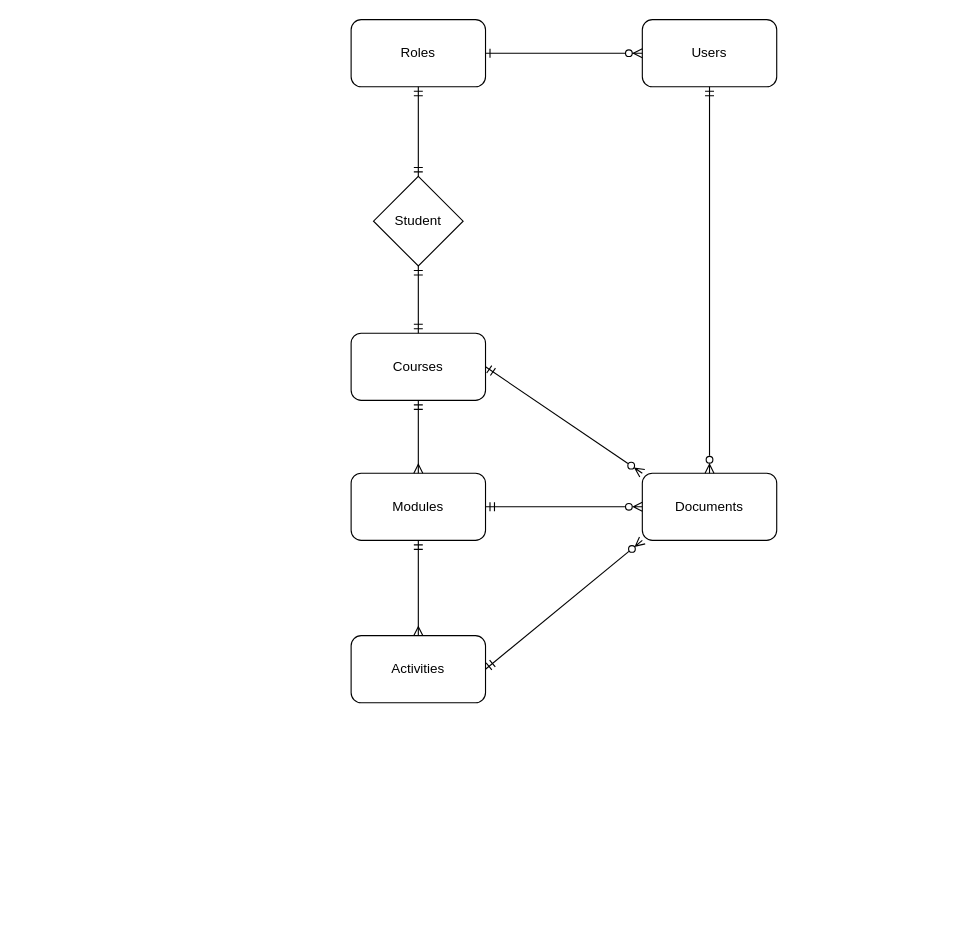
Earlier version of the draw.io diagram LMS.drawio (filipjohnsson1989/LMS). Source tidied: cells renumbered, new cells numbered last; positions are measured from the earlier drawing's top-left corner, leaving out a move shared by most shapes. Both pictures are drawn from the tidied source at 112%, with x=0, y=0 at pixel (351, 19).
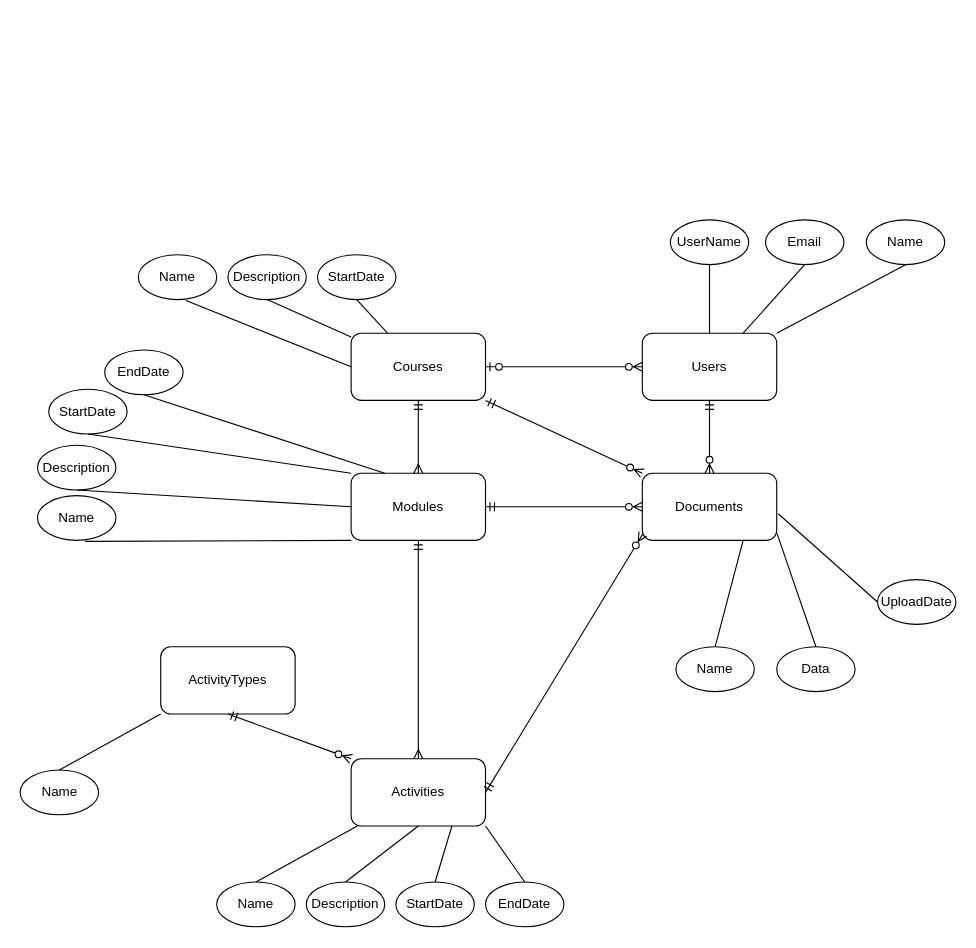
The same page after the edit.

Commit message:
Entities and columns

Unchanged cells that the change refers to:
```xml
<mxCell id="4" value="Documents" style="rounded=1;whiteSpace=wrap;html=1;" parent="1" vertex="1">
  <mxGeometry x="260" y="405" width="120" height="60" as="geometry" />
</mxCell>
<mxCell id="5" value="Courses" style="rounded=1;whiteSpace=wrap;html=1;" parent="1" vertex="1">
  <mxGeometry y="280" width="120" height="60" as="geometry" />
</mxCell>
<mxCell id="6" value="Modules" style="rounded=1;whiteSpace=wrap;html=1;" parent="1" vertex="1">
  <mxGeometry y="405" width="120" height="60" as="geometry" />
</mxCell>
```

The edit, as a diff of the source:
```diff
@@
     <mxCell id="2" value="Users" style="rounded=1;whiteSpace=wrap;html=1;" parent="1" vertex="1">
-      <mxGeometry x="260" width="120" height="60" as="geometry" />
+      <mxGeometry x="260" y="280" width="120" height="60" as="geometry" />
     </mxCell>
-    <mxCell id="3" value="Roles" style="rounded=1;whiteSpace=wrap;html=1;" parent="1" vertex="1">
-      <mxGeometry width="120" height="60" as="geometry" />
-    </mxCell>
@@
     <mxCell id="7" value="Activities" style="rounded=1;whiteSpace=wrap;html=1;" parent="1" vertex="1">
-      <mxGeometry y="550" width="120" height="60" as="geometry" />
+      <mxGeometry y="660" width="120" height="60" as="geometry" />
     </mxCell>
-    <mxCell id="8" style="edgeStyle=entityRelationEdgeStyle;fontSize=12;html=1;endArrow=ERzeroToMany;endFill=1;startArrow=ERone;rounded=0;entryX=0;entryY=0.5;entryDx=0;entryDy=0;exitX=1;exitY=0.5;exitDx=0;exitDy=0;startFill=0;" parent="1" edge="1" source="3" target="2">
-      <mxGeometry relative="1" as="geometry" />
-    </mxCell>
-    <mxCell id="9" value="Student" style="rhombus;whiteSpace=wrap;html=1;" parent="1" vertex="1">
-      <mxGeometry x="20" y="140" width="80" height="80" as="geometry" />
-    </mxCell>
-    <mxCell id="10" style="fontSize=12;html=1;endArrow=ERmandOne;startArrow=ERmandOne;rounded=0;entryX=0.5;entryY=1;entryDx=0;entryDy=0;exitX=0.5;exitY=0;exitDx=0;exitDy=0;" parent="1" edge="1" source="9" target="3">
-      <mxGeometry relative="1" as="geometry" />
-    </mxCell>
-    <mxCell id="11" style="fontSize=12;html=1;endArrow=ERmandOne;startArrow=ERmandOne;rounded=0;exitX=0.5;exitY=1;exitDx=0;exitDy=0;entryX=0.5;entryY=0;entryDx=0;entryDy=0;endFill=0;" parent="1" edge="1" source="9" target="5">
+    <mxCell id="11" style="fontSize=12;html=1;endArrow=ERzeroToOne;startArrow=ERzeroToMany;rounded=0;endFill=0;exitX=0;exitY=0.5;exitDx=0;exitDy=0;startFill=0;" parent="1" edge="1" source="2" target="5">
       <mxGeometry relative="1" as="geometry" />
     </mxCell>
@@
-    <mxCell id="15" style="fontSize=12;html=1;endArrow=ERzeroToMany;startArrow=ERmandOne;rounded=0;endFill=0;entryX=0;entryY=0;entryDx=0;entryDy=0;exitX=1;exitY=0.5;exitDx=0;exitDy=0;" parent="1" edge="1" source="5" target="4">
+    <mxCell id="15" style="fontSize=12;html=1;endArrow=ERzeroToMany;startArrow=ERmandOne;rounded=0;endFill=0;entryX=0;entryY=0;entryDx=0;entryDy=0;exitX=1;exitY=1;exitDx=0;exitDy=0;" parent="1" edge="1" source="5" target="4">
       <mxGeometry relative="1" as="geometry" />
     </mxCell>
@@
-    <mxCell id="17" style="fontSize=12;html=1;endArrow=ERzeroToMany;startArrow=ERmandOne;rounded=0;endFill=0;entryX=0;entryY=1;entryDx=0;entryDy=0;exitX=1;exitY=0.5;exitDx=0;exitDy=0;" parent="1" edge="1" source="7" target="4">
+    <mxCell id="17" style="fontSize=12;html=1;endArrow=ERzeroToMany;startArrow=ERmandOne;rounded=0;endFill=0;entryX=0.004;entryY=0.903;entryDx=0;entryDy=0;exitX=1;exitY=0.5;exitDx=0;exitDy=0;entryPerimeter=0;" parent="1" edge="1" source="7" target="4">
       <mxGeometry relative="1" as="geometry" />
     </mxCell>
+    <mxCell id="18" value="ActivityTypes" style="rounded=1;whiteSpace=wrap;html=1;" parent="1" vertex="1">
+      <mxGeometry x="-170" y="560" width="120" height="60" as="geometry" />
+    </mxCell>
+    <mxCell id="19" style="fontSize=12;html=1;endArrow=ERzeroToMany;startArrow=ERmandOne;rounded=0;exitX=0.5;exitY=1;exitDx=0;exitDy=0;entryX=0;entryY=0;entryDx=0;entryDy=0;startFill=0;endFill=0;" parent="1" edge="1" source="18" target="7">
+      <mxGeometry relative="1" as="geometry" />
+    </mxCell>
+    <mxCell id="20" value="Name" style="ellipse;whiteSpace=wrap;html=1;" parent="1" vertex="1">
+      <mxGeometry x="-190" y="210" width="70" height="40" as="geometry" />
+    </mxCell>
+    <mxCell id="21" value="Description" style="ellipse;whiteSpace=wrap;html=1;" parent="1" vertex="1">
+      <mxGeometry x="-110" y="210" width="70" height="40" as="geometry" />
+    </mxCell>
+    <mxCell id="22" value="StartDate" style="ellipse;whiteSpace=wrap;html=1;" parent="1" vertex="1">
+      <mxGeometry x="-30" y="210" width="70" height="40" as="geometry" />
+    </mxCell>
+    <mxCell id="23" style="endArrow=none;html=1;rounded=0;entryX=0.607;entryY=1.021;entryDx=0;entryDy=0;entryPerimeter=0;exitX=0;exitY=0.5;exitDx=0;exitDy=0;" parent="1" edge="1" source="5" target="20">
+      <mxGeometry relative="1" as="geometry" />
+    </mxCell>
+    <mxCell id="24" style="endArrow=none;html=1;rounded=0;entryX=0.5;entryY=1;entryDx=0;entryDy=0;" parent="1" edge="1" source="5" target="22">
+      <mxGeometry relative="1" as="geometry" />
+    </mxCell>
+    <mxCell id="25" style="endArrow=none;html=1;rounded=0;entryX=0.5;entryY=1;entryDx=0;entryDy=0;" parent="1" edge="1" source="5" target="21">
+      <mxGeometry relative="1" as="geometry" />
+    </mxCell>
+    <mxCell id="26" value="Name" style="ellipse;whiteSpace=wrap;html=1;" parent="1" vertex="1">
+      <mxGeometry x="-280" y="425" width="70" height="40" as="geometry" />
+    </mxCell>
+    <mxCell id="27" value="Description" style="ellipse;whiteSpace=wrap;html=1;" parent="1" vertex="1">
+      <mxGeometry x="-280" y="380" width="70" height="40" as="geometry" />
+    </mxCell>
+    <mxCell id="28" value="StartDate" style="ellipse;whiteSpace=wrap;html=1;" parent="1" vertex="1">
+      <mxGeometry x="-270" y="330" width="70" height="40" as="geometry" />
+    </mxCell>
+    <mxCell id="29" style="endArrow=none;html=1;rounded=0;entryX=0.607;entryY=1.021;entryDx=0;entryDy=0;entryPerimeter=0;exitX=0;exitY=1;exitDx=0;exitDy=0;" parent="1" edge="1" source="6" target="26">
+      <mxGeometry relative="1" as="geometry" />
+    </mxCell>
+    <mxCell id="30" style="endArrow=none;html=1;rounded=0;entryX=0.5;entryY=1;entryDx=0;entryDy=0;exitX=0;exitY=0;exitDx=0;exitDy=0;" parent="1" edge="1" source="6" target="28">
+      <mxGeometry relative="1" as="geometry" />
+    </mxCell>
+    <mxCell id="31" style="endArrow=none;html=1;rounded=0;entryX=0.5;entryY=1;entryDx=0;entryDy=0;exitX=0;exitY=0.5;exitDx=0;exitDy=0;" parent="1" edge="1" source="6" target="27">
+      <mxGeometry relative="1" as="geometry" />
+    </mxCell>
+    <mxCell id="32" value="EndDate" style="ellipse;whiteSpace=wrap;html=1;" parent="1" vertex="1">
+      <mxGeometry x="-220" y="295" width="70" height="40" as="geometry" />
+    </mxCell>
+    <mxCell id="33" style="endArrow=none;html=1;rounded=0;entryX=0.5;entryY=1;entryDx=0;entryDy=0;exitX=0.25;exitY=0;exitDx=0;exitDy=0;" parent="1" edge="1" source="6" target="32">
+      <mxGeometry relative="1" as="geometry" />
+    </mxCell>
+    <mxCell id="34" value="Name" style="ellipse;whiteSpace=wrap;html=1;" parent="1" vertex="1">
+      <mxGeometry x="-120" y="770" width="70" height="40" as="geometry" />
+    </mxCell>
+    <mxCell id="35" value="Description" style="ellipse;whiteSpace=wrap;html=1;" parent="1" vertex="1">
+      <mxGeometry x="-40" y="770" width="70" height="40" as="geometry" />
+    </mxCell>
+    <mxCell id="36" value="StartDate" style="ellipse;whiteSpace=wrap;html=1;" parent="1" vertex="1">
+      <mxGeometry x="40" y="770" width="70" height="40" as="geometry" />
+    </mxCell>
+    <mxCell id="37" style="endArrow=none;html=1;rounded=0;entryX=0.5;entryY=0;entryDx=0;entryDy=0;exitX=0.046;exitY=1;exitDx=0;exitDy=0;exitPerimeter=0;" parent="1" edge="1" source="7" target="34">
+      <mxGeometry relative="1" as="geometry" />
+    </mxCell>
+    <mxCell id="38" style="endArrow=none;html=1;rounded=0;entryX=0.5;entryY=0;entryDx=0;entryDy=0;exitX=0.75;exitY=1;exitDx=0;exitDy=0;" parent="1" edge="1" source="7" target="36">
+      <mxGeometry relative="1" as="geometry" />
+    </mxCell>
+    <mxCell id="39" style="endArrow=none;html=1;rounded=0;entryX=0.5;entryY=0;entryDx=0;entryDy=0;exitX=0.5;exitY=1;exitDx=0;exitDy=0;" parent="1" edge="1" source="7" target="35">
+      <mxGeometry relative="1" as="geometry" />
+    </mxCell>
+    <mxCell id="40" value="EndDate" style="ellipse;whiteSpace=wrap;html=1;" parent="1" vertex="1">
+      <mxGeometry x="120" y="770" width="70" height="40" as="geometry" />
+    </mxCell>
+    <mxCell id="41" style="endArrow=none;html=1;rounded=0;entryX=0.5;entryY=0;entryDx=0;entryDy=0;exitX=1;exitY=1;exitDx=0;exitDy=0;" parent="1" edge="1" source="7" target="40">
+      <mxGeometry relative="1" as="geometry" />
+    </mxCell>
+    <mxCell id="42" value="Name" style="ellipse;whiteSpace=wrap;html=1;" parent="1" vertex="1">
+      <mxGeometry x="-295.5" y="670" width="70" height="40" as="geometry" />
+    </mxCell>
+    <mxCell id="43" style="endArrow=none;html=1;rounded=0;entryX=0.5;entryY=0;entryDx=0;entryDy=0;exitX=0;exitY=1;exitDx=0;exitDy=0;" parent="1" edge="1" source="18" target="42">
+      <mxGeometry relative="1" as="geometry" />
+    </mxCell>
+    <mxCell id="44" value="Name" style="ellipse;whiteSpace=wrap;html=1;" parent="1" vertex="1">
+      <mxGeometry x="290" y="560" width="70" height="40" as="geometry" />
+    </mxCell>
+    <mxCell id="45" style="endArrow=none;html=1;rounded=0;entryX=0.5;entryY=0;entryDx=0;entryDy=0;exitX=0.75;exitY=1;exitDx=0;exitDy=0;" parent="1" edge="1" source="4" target="44">
+      <mxGeometry relative="1" as="geometry" />
+    </mxCell>
+    <mxCell id="46" value="Data" style="ellipse;whiteSpace=wrap;html=1;" parent="1" vertex="1">
+      <mxGeometry x="380" y="560" width="70" height="40" as="geometry" />
+    </mxCell>
+    <mxCell id="47" style="endArrow=none;html=1;rounded=0;entryX=0.5;entryY=0;entryDx=0;entryDy=0;exitX=1.002;exitY=0.895;exitDx=0;exitDy=0;exitPerimeter=0;" parent="1" edge="1" source="4" target="46">
+      <mxGeometry relative="1" as="geometry" />
+    </mxCell>
+    <mxCell id="48" value="UploadDate" style="ellipse;whiteSpace=wrap;html=1;" parent="1" vertex="1">
+      <mxGeometry x="470" y="500" width="70" height="40" as="geometry" />
+    </mxCell>
+    <mxCell id="49" style="endArrow=none;html=1;rounded=0;entryX=0;entryY=0.5;entryDx=0;entryDy=0;exitX=1.011;exitY=0.603;exitDx=0;exitDy=0;exitPerimeter=0;" parent="1" edge="1" source="4" target="48">
+      <mxGeometry relative="1" as="geometry" />
+    </mxCell>
+    <mxCell id="50" value="UserName" style="ellipse;whiteSpace=wrap;html=1;" parent="1" vertex="1">
+      <mxGeometry x="285" y="178.8" width="70" height="40" as="geometry" />
+    </mxCell>
+    <mxCell id="51" style="endArrow=none;html=1;rounded=0;entryX=0.5;entryY=1;entryDx=0;entryDy=0;exitX=0.5;exitY=0;exitDx=0;exitDy=0;" parent="1" edge="1" source="2" target="50">
+      <mxGeometry relative="1" as="geometry" />
+    </mxCell>
+    <mxCell id="52" value="Email" style="ellipse;whiteSpace=wrap;html=1;" parent="1" vertex="1">
+      <mxGeometry x="370" y="178.8" width="70" height="40" as="geometry" />
+    </mxCell>
+    <mxCell id="53" style="endArrow=none;html=1;rounded=0;entryX=0.5;entryY=1;entryDx=0;entryDy=0;exitX=0.75;exitY=0;exitDx=0;exitDy=0;" parent="1" edge="1" source="2" target="52">
+      <mxGeometry relative="1" as="geometry" />
+    </mxCell>
+    <mxCell id="54" value="Name" style="ellipse;whiteSpace=wrap;html=1;" parent="1" vertex="1">
+      <mxGeometry x="460" y="178.8" width="70" height="40" as="geometry" />
+    </mxCell>
+    <mxCell id="55" style="endArrow=none;html=1;rounded=0;entryX=0.5;entryY=1;entryDx=0;entryDy=0;exitX=1;exitY=0;exitDx=0;exitDy=0;" parent="1" edge="1" source="2" target="54">
+      <mxGeometry relative="1" as="geometry" />
+    </mxCell>
```
